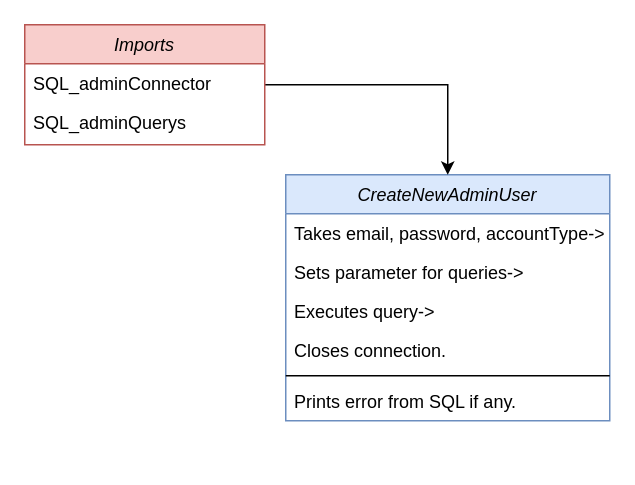
This is SQLAdminConnections/SQL_CreateNewAdminUser.py.current.drawio from Bjorgeh/rapportsystem-backend, a draw.io file, before an edit. Source tidied: cells renumbered, new cells numbered last; positions are measured from the earlier drawing's top-left corner, leaving out a move shared by most shapes. Both pictures are drawn from the tidied source at 150%, with x=0, y=0 at pixel (24, 24).
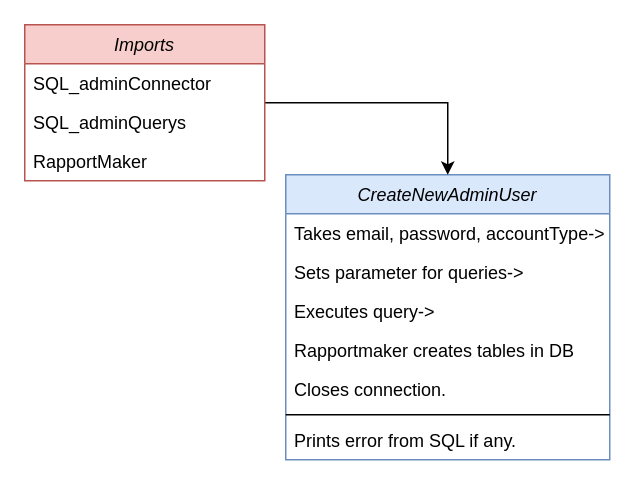
The same page after the edit.

Change to the diagram source:
```diff
@@
 <mxGraphModel>
   <root>
     <mxCell id="0" />
     <mxCell id="1" parent="0" />
     <mxCell id="2" value="CreateNewAdminUser" style="swimlane;fontStyle=2;align=center;verticalAlign=top;horizontal=1;startSize=26;rounded=0;shadow=0;strokeWidth=1;fillColor=#dae8fc;strokeColor=#6c8ebf;" parent="1" vertex="1">
-      <mxGeometry x="174" y="100" width="216" height="164" as="geometry" />
+      <mxGeometry x="174" y="100" width="216" height="190" as="geometry" />
     </mxCell>
     <mxCell id="3" value="Takes email, password, accountType-&gt;" style="text;align=left;verticalAlign=top;spacingLeft=4;spacingRight=4;overflow=hidden;" parent="2" vertex="1">
       <mxGeometry y="26" width="216" height="26" as="geometry" />
     </mxCell>
     <mxCell id="4" value="Sets parameter for queries-&gt;" style="text;align=left;verticalAlign=top;spacingLeft=4;spacingRight=4;overflow=hidden;rounded=0;shadow=0;html=0;" parent="2" vertex="1">
       <mxGeometry y="52" width="216" height="26" as="geometry" />
     </mxCell>
     <mxCell id="5" value="Executes query-&gt;" style="text;align=left;verticalAlign=top;spacingLeft=4;spacingRight=4;overflow=hidden;rounded=0;shadow=0;html=0;" parent="2" vertex="1">
       <mxGeometry y="78" width="216" height="26" as="geometry" />
     </mxCell>
+    <mxCell id="13" value="Rapportmaker creates tables in DB" style="text;align=left;verticalAlign=top;spacingLeft=4;spacingRight=4;overflow=hidden;rounded=0;shadow=0;html=0;" parent="2" vertex="1">
+      <mxGeometry y="104" width="216" height="26" as="geometry" />
+    </mxCell>
     <mxCell id="6" value="Closes connection." style="text;align=left;verticalAlign=top;spacingLeft=4;spacingRight=4;overflow=hidden;rounded=0;shadow=0;html=0;" parent="2" vertex="1">
-      <mxGeometry y="104" width="216" height="26" as="geometry" />
+      <mxGeometry y="130" width="216" height="26" as="geometry" />
     </mxCell>
     <mxCell id="7" style="line;html=1;strokeWidth=1;align=left;verticalAlign=middle;spacingTop=-1;spacingLeft=3;spacingRight=3;labelPosition=right;" parent="2" vertex="1">
-      <mxGeometry y="130" width="216" height="8" as="geometry" />
+      <mxGeometry y="156" width="216" height="8" as="geometry" />
     </mxCell>
     <mxCell id="8" value="Prints error from SQL if any." style="text;align=left;verticalAlign=top;spacingLeft=4;spacingRight=4;overflow=hidden;" parent="2" vertex="1">
-      <mxGeometry y="138" width="216" height="26" as="geometry" />
+      <mxGeometry y="164" width="216" height="26" as="geometry" />
     </mxCell>
     <mxCell id="9" style="edgeStyle=orthogonalEdgeStyle;rounded=0;jettySize=auto;html=1;entryX=0.5;entryY=0;entryDx=0;entryDy=0;" parent="1" edge="1" source="10" target="2">
       <mxGeometry relative="1" as="geometry" />
     </mxCell>
     <mxCell id="10" value="Imports" style="swimlane;fontStyle=2;align=center;verticalAlign=top;horizontal=1;startSize=26;rounded=0;shadow=0;strokeWidth=1;fillColor=#f8cecc;strokeColor=#b85450;" parent="1" vertex="1">
-      <mxGeometry width="160" height="80" as="geometry" />
+      <mxGeometry width="160" height="104" as="geometry" />
     </mxCell>
     <mxCell id="11" value="SQL_adminConnector" style="text;align=left;verticalAlign=top;spacingLeft=4;spacingRight=4;overflow=hidden;" parent="10" vertex="1">
       <mxGeometry y="26" width="160" height="26" as="geometry" />
     </mxCell>
     <mxCell id="12" value="SQL_adminQuerys" style="text;align=left;verticalAlign=top;spacingLeft=4;spacingRight=4;overflow=hidden;rounded=0;shadow=0;html=0;" parent="10" vertex="1">
       <mxGeometry y="52" width="160" height="26" as="geometry" />
     </mxCell>
+    <mxCell id="14" value="RapportMaker" style="text;align=left;verticalAlign=top;spacingLeft=4;spacingRight=4;overflow=hidden;rounded=0;shadow=0;html=0;" parent="10" vertex="1">
+      <mxGeometry y="78" width="160" height="26" as="geometry" />
+    </mxCell>
   </root>
 </mxGraphModel>
```
